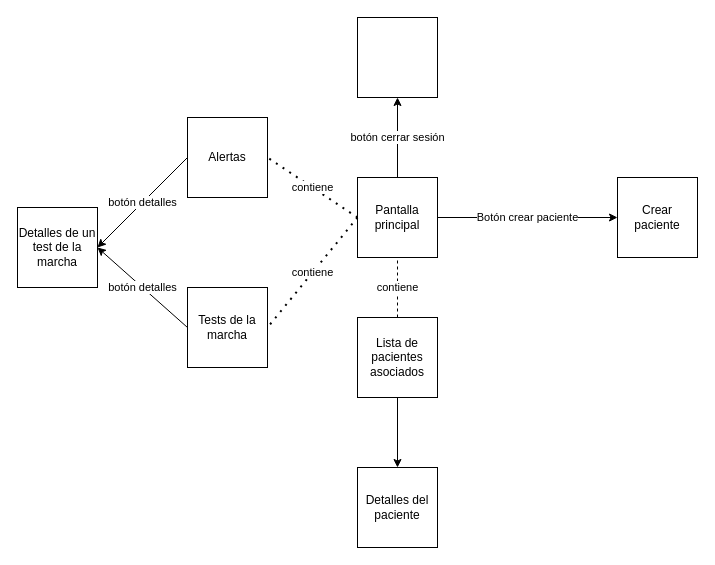
Above: wireframes/(Medico) UI Flow.drawio in bernatDiaz/artefactos (draw.io), before the change. Source tidied: cells renumbered, new cells numbered last; positions are measured from the earlier drawing's top-left corner, leaving out a move shared by most shapes. Both pictures are drawn from the tidied source at 100%, with x=0, y=0 at pixel (17, 17).
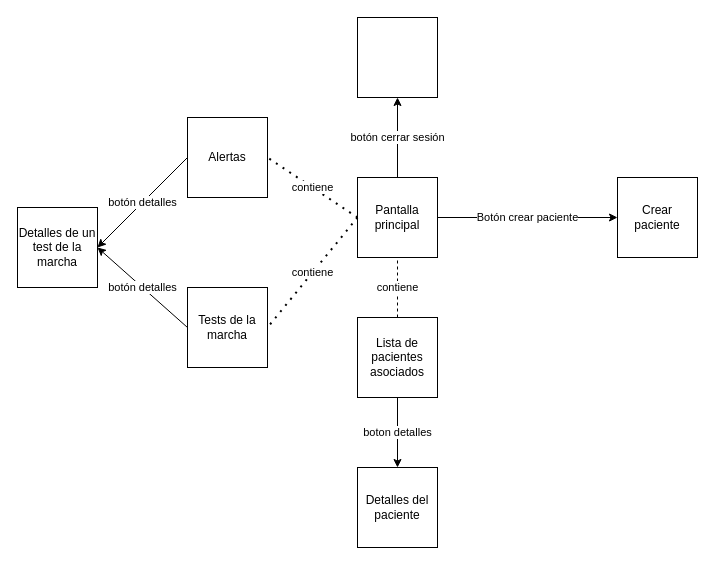
The same diagram, later.

The edit, as a diff of the source:
```diff
@@
 <mxGraphModel>
   <root>
     <mxCell id="0" />
     <mxCell id="1" parent="0" />
     <mxCell id="2" value="Pantalla principal" style="whiteSpace=wrap;html=1;" parent="1" vertex="1">
       <mxGeometry x="340" y="160" width="80" height="80" as="geometry" />
     </mxCell>
     <mxCell id="3" value="Crear paciente" style="whiteSpace=wrap;html=1;" parent="1" vertex="1">
       <mxGeometry x="600" y="160" width="80" height="80" as="geometry" />
     </mxCell>
     <mxCell id="4" value="Botón crear paciente" style="endArrow=classic;rounded=0;entryX=0;entryY=0.5;entryDx=0;entryDy=0;html=1;exitX=1;exitY=0.5;exitDx=0;exitDy=0;" parent="1" edge="1" source="2" target="3">
       <mxGeometry relative="1" as="geometry" />
     </mxCell>
     <mxCell id="5" value="contiene" style="endArrow=none;dashed=1;html=1;rounded=0;entryX=0.5;entryY=1;entryDx=0;entryDy=0;exitX=0.5;exitY=0;exitDx=0;exitDy=0;" parent="1" edge="1" source="6" target="2">
       <mxGeometry relative="1" as="geometry" />
     </mxCell>
     <mxCell id="6" value="Lista de pacientes asociados" style="whiteSpace=wrap;html=1;" parent="1" vertex="1">
       <mxGeometry x="340" y="300" width="80" height="80" as="geometry" />
     </mxCell>
-    <mxCell id="7" style="endArrow=classic;html=1;rounded=0;exitX=0.5;exitY=1;exitDx=0;exitDy=0;entryX=0.5;entryY=0;entryDx=0;entryDy=0;" parent="1" edge="1" source="6" target="8">
+    <mxCell id="7" value="boton detalles" style="endArrow=classic;html=1;rounded=0;exitX=0.5;exitY=1;exitDx=0;exitDy=0;entryX=0.5;entryY=0;entryDx=0;entryDy=0;" parent="1" edge="1" source="6" target="8">
       <mxGeometry relative="1" as="geometry" />
     </mxCell>
     <mxCell id="8" value="Detalles del paciente" style="whiteSpace=wrap;html=1;" parent="1" vertex="1">
       <mxGeometry x="340" y="450" width="80" height="80" as="geometry" />
     </mxCell>
     <mxCell id="9" value="Tests de la marcha" style="whiteSpace=wrap;html=1;" parent="1" vertex="1">
       <mxGeometry x="170" y="270" width="80" height="80" as="geometry" />
     </mxCell>
     <mxCell id="10" value="Alertas" style="whiteSpace=wrap;html=1;" parent="1" vertex="1">
       <mxGeometry x="170" y="100" width="80" height="80" as="geometry" />
     </mxCell>
     <mxCell id="11" value="contiene" style="endArrow=none;dashed=1;html=1;dashPattern=1 3;strokeWidth=2;rounded=0;exitX=0;exitY=0.5;exitDx=0;exitDy=0;entryX=1;entryY=0.5;entryDx=0;entryDy=0;" parent="1" edge="1" source="2" target="10">
       <mxGeometry relative="1" as="geometry" />
     </mxCell>
     <mxCell id="12" value="contiene" style="endArrow=none;dashed=1;html=1;dashPattern=1 3;strokeWidth=2;rounded=0;exitX=0;exitY=0.5;exitDx=0;exitDy=0;entryX=1;entryY=0.5;entryDx=0;entryDy=0;" parent="1" edge="1" source="2" target="9">
       <mxGeometry relative="1" as="geometry" />
     </mxCell>
     <mxCell id="13" value="Detalles de un test de la marcha" style="whiteSpace=wrap;html=1;" parent="1" vertex="1">
       <mxGeometry y="190" width="80" height="80" as="geometry" />
     </mxCell>
     <mxCell id="14" value="botón detalles" style="endArrow=classic;html=1;rounded=0;exitX=0;exitY=0.5;exitDx=0;exitDy=0;entryX=1;entryY=0.5;entryDx=0;entryDy=0;" parent="1" edge="1" source="10" target="13">
       <mxGeometry relative="1" as="geometry" />
     </mxCell>
     <mxCell id="15" value="botón detalles" style="endArrow=classic;html=1;rounded=0;exitX=0;exitY=0.5;exitDx=0;exitDy=0;entryX=1;entryY=0.5;entryDx=0;entryDy=0;" parent="1" edge="1" source="9" target="13">
       <mxGeometry relative="1" as="geometry" />
     </mxCell>
     <mxCell id="16" style="whiteSpace=wrap;html=1;" parent="1" vertex="1">
       <mxGeometry x="340" width="80" height="80" as="geometry" />
     </mxCell>
     <mxCell id="17" value="botón cerrar sesión" style="endArrow=classic;html=1;rounded=0;exitX=0.5;exitY=0;exitDx=0;exitDy=0;entryX=0.5;entryY=1;entryDx=0;entryDy=0;" parent="1" edge="1" source="2" target="16">
       <mxGeometry relative="1" as="geometry" />
     </mxCell>
   </root>
 </mxGraphModel>
```
